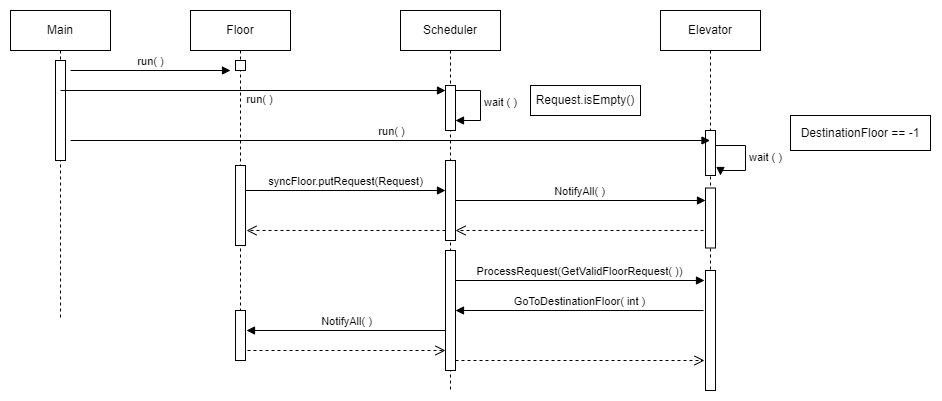
This is UML/SequenceDiagram.png from Aranesh22/SYSC3303A, a draw.io export, as it was before one commit. Source tidied: cells renumbered, new cells last; positions are measured from the earlier drawing's top-left corner, leaving out a move shared by most shapes.
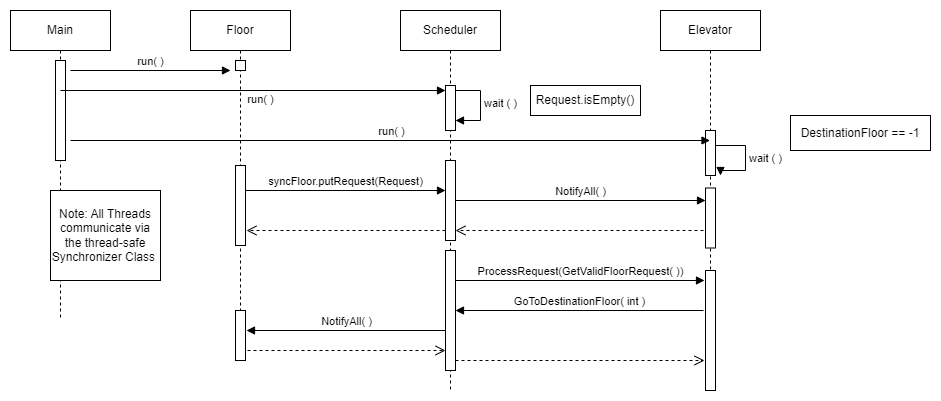
Above is the later version.

Diff of the diagram source:
```diff
@@ -149,5 +149,8 @@
     <mxCell id="33" value="DestinationFloor == -1" style="html=1;whiteSpace=wrap;" parent="1" vertex="1">
       <mxGeometry x="780" y="105" width="140" height="35" as="geometry" />
     </mxCell>
+    <mxCell id="34" value="Note: All Threads communicate via the thread-safe Synchronizer Class&amp;nbsp;" style="html=1;whiteSpace=wrap;" parent="1" vertex="1">
+      <mxGeometry x="40" y="180" width="110" height="90" as="geometry" />
+    </mxCell>
   </root>
 </mxGraphModel>
```
